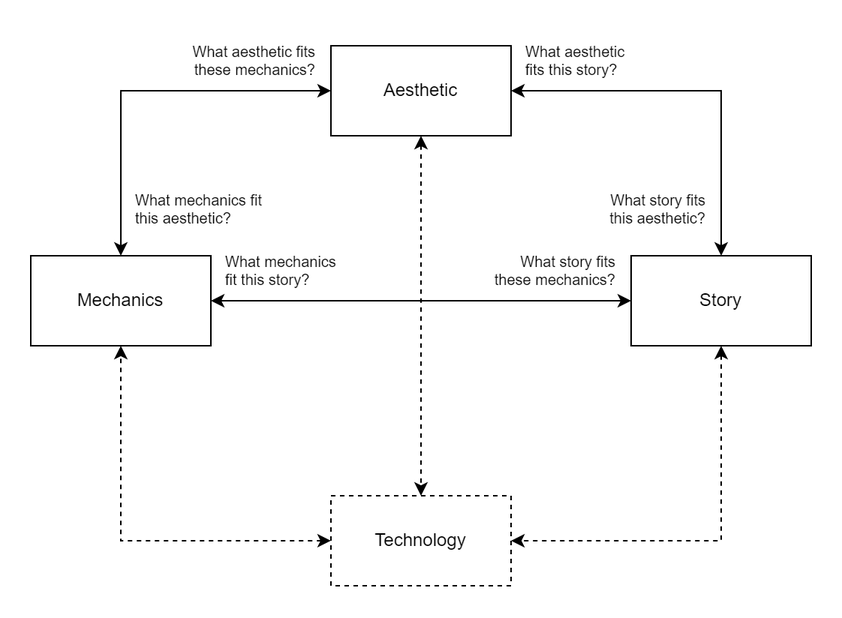
ghostsnglitter/Game-Dev-Library keeps this draw.io diagram as Images/GameComponents.png. Above is the earlier version. Source tidied: cells renumbered, new cells last; positions are measured from the earlier drawing's top-left corner, leaving out a move shared by most shapes.
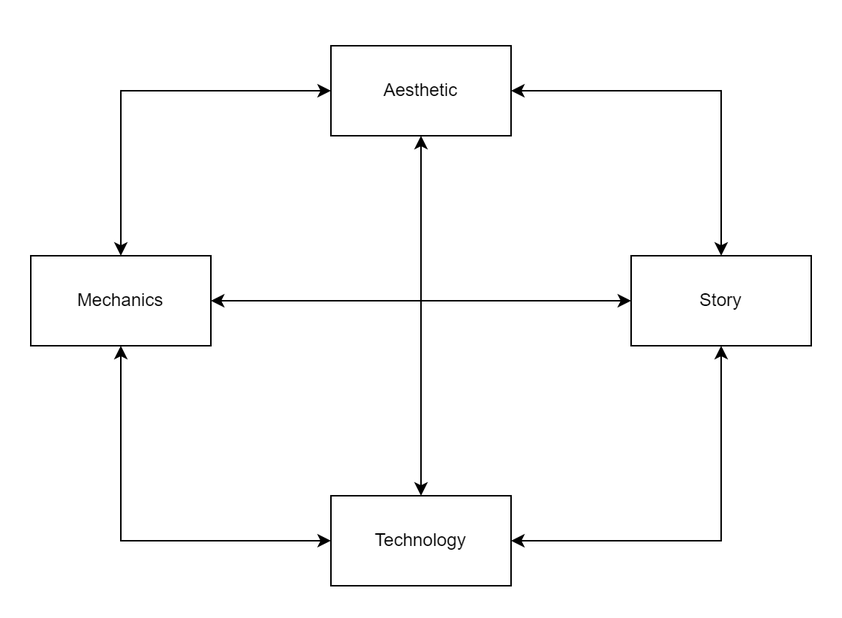
After the change.

The edit, as a diff of the source:
```diff
@@ -5,19 +5,19 @@
     <mxCell id="2" style="edgeStyle=orthogonalEdgeStyle;rounded=0;jettySize=auto;html=1;entryX=0.5;entryY=0;entryDx=0;entryDy=0;startArrow=classic;startFill=1;" parent="1" edge="1" source="4" target="8">
       <mxGeometry relative="1" as="geometry" />
     </mxCell>
-    <mxCell id="3" style="edgeStyle=orthogonalEdgeStyle;rounded=0;jettySize=auto;html=1;entryX=0.5;entryY=0;entryDx=0;entryDy=0;startArrow=classic;startFill=1;dashed=1;" parent="1" edge="1" source="4" target="6">
+    <mxCell id="3" style="edgeStyle=orthogonalEdgeStyle;rounded=0;jettySize=auto;html=1;entryX=0.5;entryY=0;entryDx=0;entryDy=0;startArrow=classic;startFill=1;" parent="1" edge="1" source="4" target="6">
       <mxGeometry relative="1" as="geometry" />
     </mxCell>
     <mxCell id="4" value="Aesthetic" style="rounded=0;whiteSpace=wrap;html=1;fillColor=none;" parent="1" vertex="1">
       <mxGeometry x="200" y="10" width="120" height="60" as="geometry" />
     </mxCell>
-    <mxCell id="5" style="edgeStyle=orthogonalEdgeStyle;rounded=0;jettySize=auto;html=1;entryX=0.5;entryY=1;entryDx=0;entryDy=0;startArrow=classic;startFill=1;dashed=1;" parent="1" edge="1" source="6" target="11">
+    <mxCell id="5" style="edgeStyle=orthogonalEdgeStyle;rounded=0;jettySize=auto;html=1;entryX=0.5;entryY=1;entryDx=0;entryDy=0;startArrow=classic;startFill=1;" parent="1" edge="1" source="6" target="11">
       <mxGeometry relative="1" as="geometry" />
     </mxCell>
-    <mxCell id="6" value="Technology" style="rounded=0;whiteSpace=wrap;html=1;strokeColor=#000000;fontColor=#000000;fillColor=none;dashed=1;" parent="1" vertex="1">
+    <mxCell id="6" value="Technology" style="rounded=0;whiteSpace=wrap;html=1;strokeColor=#000000;fontColor=#000000;fillColor=none;" parent="1" vertex="1">
       <mxGeometry x="200" y="310" width="120" height="60" as="geometry" />
     </mxCell>
-    <mxCell id="7" style="edgeStyle=orthogonalEdgeStyle;rounded=0;jettySize=auto;html=1;entryX=1;entryY=0.5;entryDx=0;entryDy=0;startArrow=classic;startFill=1;dashed=1;" parent="1" edge="1" source="8" target="6">
+    <mxCell id="7" style="edgeStyle=orthogonalEdgeStyle;rounded=0;jettySize=auto;html=1;entryX=1;entryY=0.5;entryDx=0;entryDy=0;startArrow=classic;startFill=1;" parent="1" edge="1" source="8" target="6">
       <mxGeometry relative="1" as="geometry">
         <Array as="points">
           <mxPoint x="460" y="340" />
@@ -40,22 +40,22 @@
     <mxCell id="11" value="Mechanics" style="rounded=0;whiteSpace=wrap;html=1;strokeColor=#000000;fontColor=#000000;fillColor=none;" parent="1" vertex="1">
       <mxGeometry y="150" width="120" height="60" as="geometry" />
     </mxCell>
-    <mxCell id="12" value="What aesthetic&lt;br&gt;fits this story?" style="text;html=1;align=left;verticalAlign=bottom;strokeColor=none;fillColor=none;fontSize=10;spacing=0;spacingLeft=10;spacingBottom=7;" parent="1" vertex="1">
+    <mxCell id="12" value="What aesthetic&lt;br&gt;fits this story?" style="text;html=1;align=left;verticalAlign=bottom;strokeColor=none;fillColor=none;fontSize=10;spacing=0;spacingLeft=10;spacingBottom=7;fontColor=none;noLabel=1;" parent="1" vertex="1">
       <mxGeometry x="320" width="90" height="40" as="geometry" />
     </mxCell>
-    <mxCell id="13" value="What aesthetic fits&lt;br style=&quot;font-size: 10px;&quot;&gt;these mechanics?" style="text;html=1;align=right;verticalAlign=bottom;strokeColor=none;fillColor=none;fontSize=10;spacing=0;spacingRight=11;spacingBottom=7;" parent="1" vertex="1">
+    <mxCell id="13" value="What aesthetic fits&lt;br style=&quot;font-size: 10px;&quot;&gt;these mechanics?" style="text;html=1;align=right;verticalAlign=bottom;strokeColor=none;fillColor=none;fontSize=10;spacing=0;spacingRight=11;spacingBottom=7;fontColor=none;noLabel=1;" parent="1" vertex="1">
       <mxGeometry x="90" width="110" height="40" as="geometry" />
     </mxCell>
-    <mxCell id="14" value="What mechanics fit&lt;br&gt;this aesthetic?" style="text;html=1;align=left;verticalAlign=bottom;strokeColor=none;fillColor=none;fontSize=10;spacing=0;spacingLeft=10;spacingBottom=18;" parent="1" vertex="1">
+    <mxCell id="14" value="What mechanics fit&lt;br&gt;this aesthetic?" style="text;html=1;align=left;verticalAlign=bottom;strokeColor=none;fillColor=none;fontSize=10;spacing=0;spacingLeft=10;spacingBottom=18;fontColor=none;noLabel=1;" parent="1" vertex="1">
       <mxGeometry x="60" y="100" width="110" height="50" as="geometry" />
     </mxCell>
-    <mxCell id="15" value="What story fits&lt;br&gt;this aesthetic?" style="text;html=1;align=right;verticalAlign=bottom;strokeColor=none;fillColor=none;fontSize=10;spacing=0;spacingRight=11;spacingBottom=18;" parent="1" vertex="1">
+    <mxCell id="15" value="What story fits&lt;br&gt;this aesthetic?" style="text;html=1;align=right;verticalAlign=bottom;strokeColor=none;fillColor=none;fontSize=10;spacing=0;spacingRight=11;spacingBottom=18;fontColor=none;noLabel=1;" parent="1" vertex="1">
       <mxGeometry x="370" y="100" width="90" height="50" as="geometry" />
     </mxCell>
-    <mxCell id="16" value="What mechanics&lt;br&gt;fit this story?" style="text;html=1;align=left;verticalAlign=bottom;strokeColor=none;fillColor=none;fontSize=10;spacing=0;spacingLeft=10;spacingBottom=7;" parent="1" vertex="1">
+    <mxCell id="16" value="What mechanics&lt;br&gt;fit this story?" style="text;html=1;align=left;verticalAlign=bottom;strokeColor=none;fillColor=none;fontSize=10;spacing=0;spacingLeft=10;spacingBottom=7;fontColor=none;noLabel=1;" parent="1" vertex="1">
       <mxGeometry x="120" y="140" width="100" height="40" as="geometry" />
     </mxCell>
-    <mxCell id="17" value="What story fits&lt;br&gt;these mechanics?" style="text;html=1;align=right;verticalAlign=bottom;strokeColor=none;fillColor=none;fontSize=10;spacing=0;spacingRight=11;spacingBottom=7;" parent="1" vertex="1">
+    <mxCell id="17" value="What story fits&lt;br&gt;these mechanics?" style="text;html=1;align=right;verticalAlign=bottom;strokeColor=none;fillColor=none;fontSize=10;spacing=0;spacingRight=11;spacingBottom=7;fontColor=none;noLabel=1;" parent="1" vertex="1">
       <mxGeometry x="290" y="140" width="110" height="40" as="geometry" />
     </mxCell>
   </root>
```
